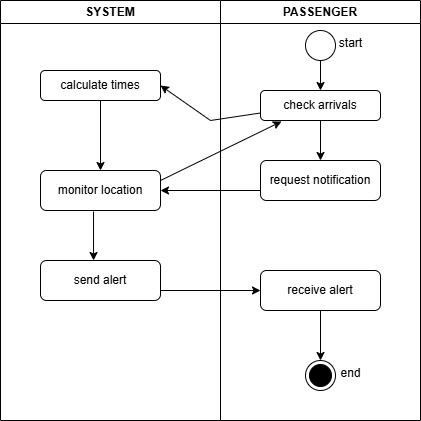
inviona/Software-Engineering-Analysis-and-Design-Project keeps this draw.io diagram as UML Diagrams/Activity Diagrams/scenario2AC.drawio (1).png. Above is the earlier version. Source tidied: cells renumbered, new cells last; positions are measured from the earlier drawing's top-left corner, leaving out a move shared by most shapes.
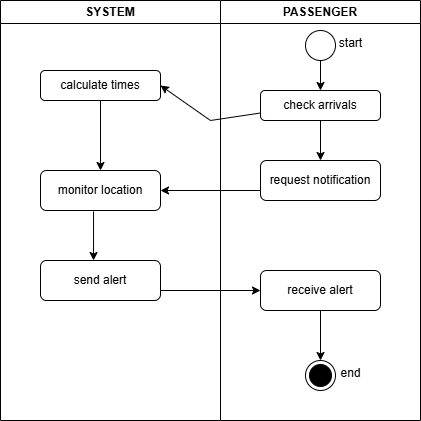
The same diagram one commit later.

The edit, as a diff of the source:
```diff
@@ -54,9 +54,6 @@
         </Array>
       </mxGeometry>
     </mxCell>
-    <mxCell id="18" style="endArrow=classic;html=1;rounded=0;exitX=1;exitY=0.25;exitDx=0;exitDy=0;entryX=0.175;entryY=1.033;entryDx=0;entryDy=0;entryPerimeter=0;" parent="1" edge="1" source="13" target="6">
-      <mxGeometry relative="1" as="geometry" />
-    </mxCell>
     <mxCell id="19" style="endArrow=classic;html=1;rounded=0;exitX=0;exitY=0.75;exitDx=0;exitDy=0;entryX=1;entryY=0.5;entryDx=0;entryDy=0;" parent="1" edge="1" source="7" target="13">
       <mxGeometry relative="1" as="geometry" />
     </mxCell>
```
